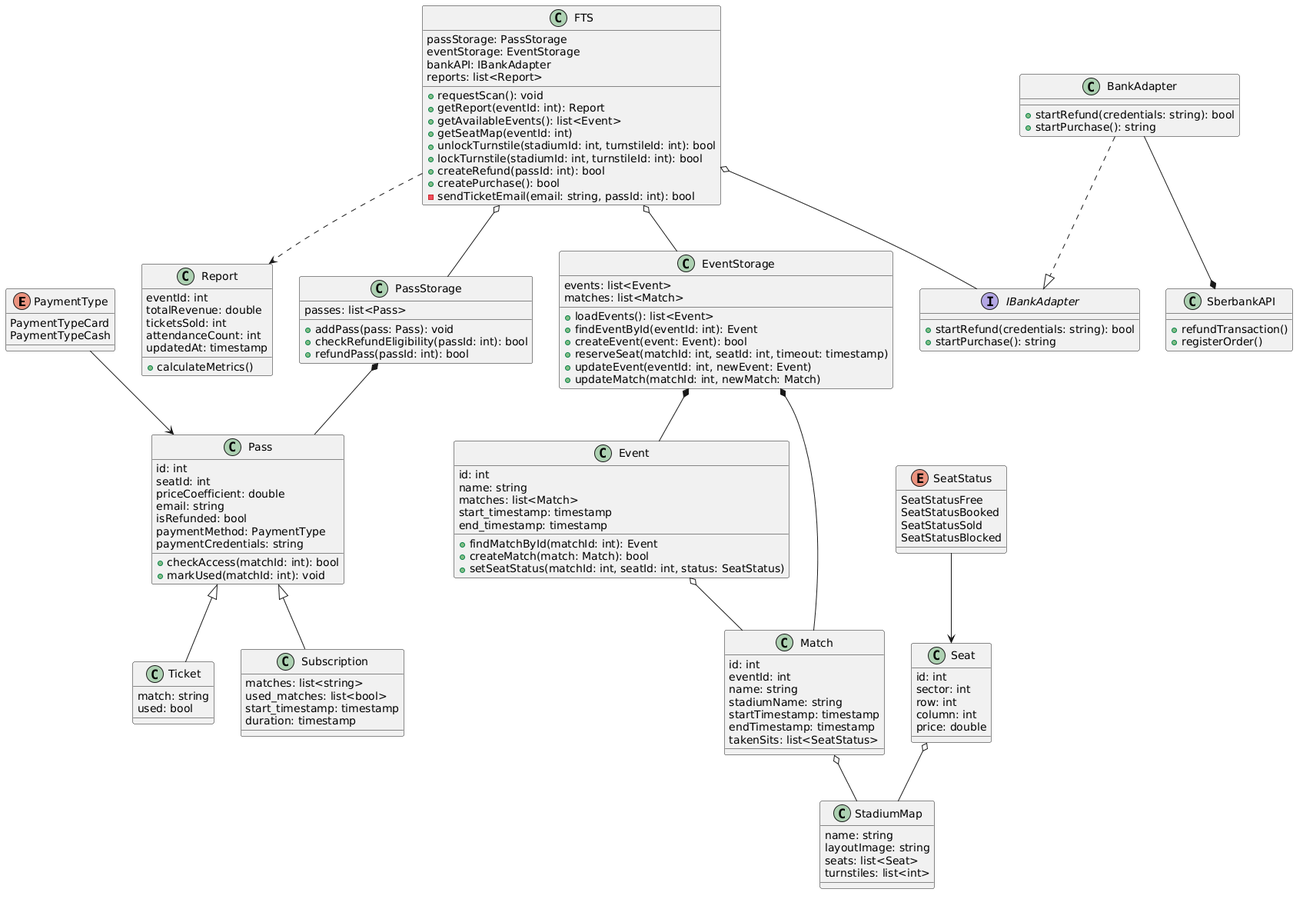
Above: source/Диаграмма Классов.png in penamarth/bsbo-11-24_team5_var10_football (PlantUML), before the change.
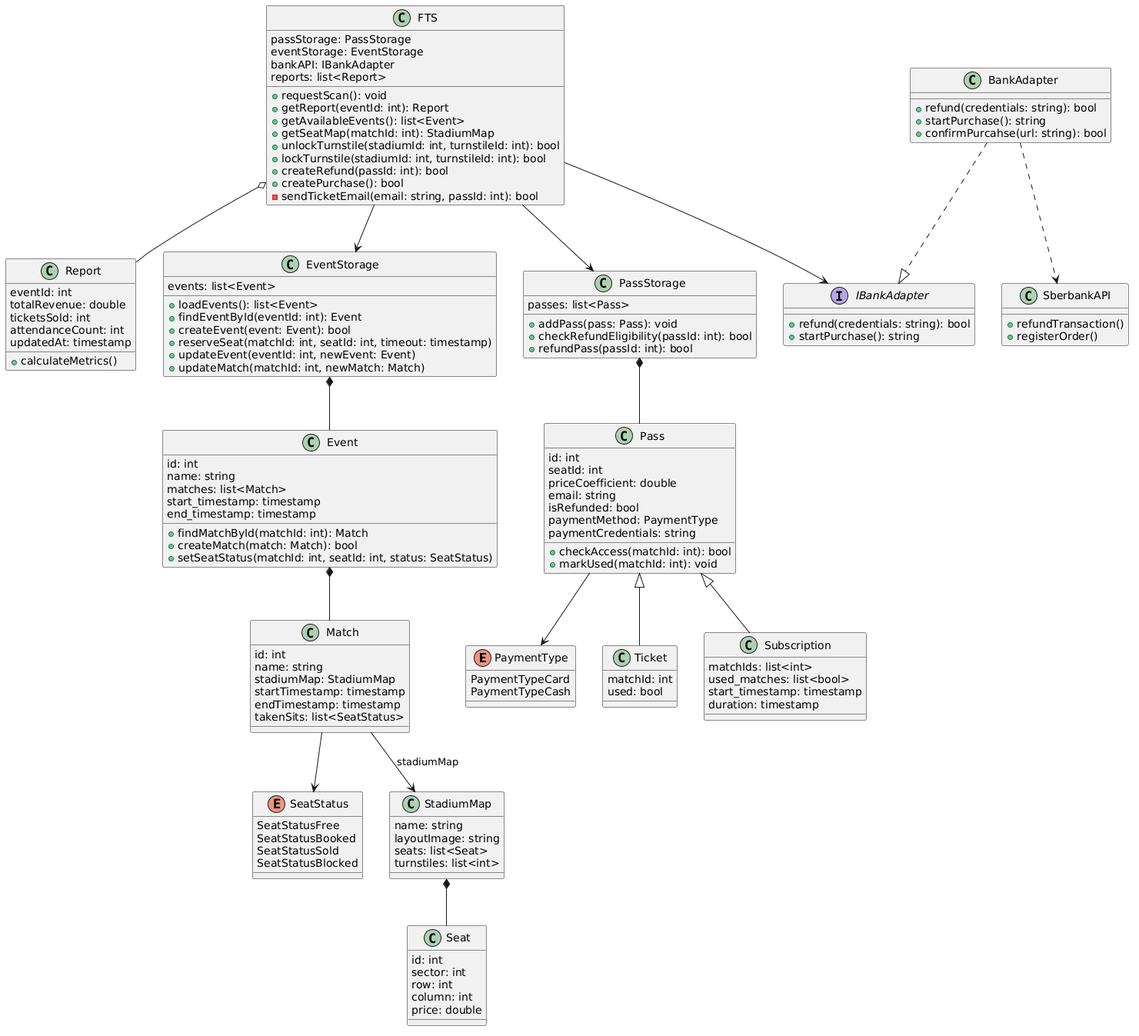
The same diagram one commit later.

Commit message:
Update class diagram

Diff of the diagram source:
```diff
@@ -14,16 +14,16 @@
 class FTS {
 	passStorage: PassStorage
 	eventStorage: EventStorage
-    bankAPI: IBankAdapter
+	bankAPI: IBankAdapter
 	reports: list<Report>
 	+ requestScan(): void
-    + getReport(eventId: int): Report
+	+ getReport(eventId: int): Report
 	+ getAvailableEvents(): list<Event>
-	+ getSeatMap(eventId: int)
+	+ getSeatMap(matchId: int): StadiumMap
 	+ unlockTurnstile(stadiumId: int, turnstileId: int): bool
 	+ lockTurnstile(stadiumId: int, turnstileId: int): bool
-    + createRefund(passId: int): bool
-    + createPurchase(): bool
+	+ createRefund(passId: int): bool
+	+ createPurchase(): bool
 	- sendTicketEmail(email: string, passId: int): bool
 }
 
@@ -38,7 +38,6 @@
 
 class EventStorage {
 	events: list<Event>
-	matches: list<Match>
 	+ loadEvents(): list<Event>
 	+ findEventById(eventId: int): Event
 	+ createEvent(event: Event): bool
@@ -50,19 +49,18 @@
 class Event {
 	id: int
 	name: string
-    matches: list<Match>
+	matches: list<Match>
 	start_timestamp: timestamp
 	end_timestamp: timestamp
-	+ findMatchById(matchId: int): Event
+	+ findMatchById(matchId: int): Match
 	+ createMatch(match: Match): bool
 	+ setSeatStatus(matchId: int, seatId: int, status: SeatStatus)
 }
 
 class Match {
 	id: int
-    eventId: int
 	name: string
-	stadiumName: string
+	stadiumMap: StadiumMap
 	startTimestamp: timestamp
 	endTimestamp: timestamp
 	takenSits: list<SeatStatus>
@@ -87,22 +85,23 @@
 	passes: list<Pass>
 	+ addPass(pass: Pass): void
 	+ checkRefundEligibility(passId: int): bool
-    + refundPass(passId: int): bool
+	+ refundPass(passId: int): bool
 }
 
 interface IBankAdapter {
-    + startRefund(credentials: string): bool
-    + startPurchase(): string
+	+ refund(credentials: string): bool
+	+ startPurchase(): string
 }
 
 class BankAdapter {
-    + startRefund(credentials: string): bool
-    + startPurchase(): string
+	+ refund(credentials: string): bool
+	+ startPurchase(): string
+	+ confirmPurcahse(url: string): bool
 }
 
 class SberbankAPI {
-    + refundTransaction()
-    + registerOrder()
+	+ refundTransaction()
+	+ registerOrder()
 }
 
 class Pass {
@@ -118,34 +117,33 @@
 }
 
 class Ticket extends Pass {
-	match: string
+	matchId: int
 	used: bool
 }
 
 class Subscription extends Pass {
-	matches: list<string>
+	matchIds: list<int>
 	used_matches: list<bool>
 	start_timestamp: timestamp
 	duration: timestamp
 }
 
-FTS o-- EventStorage
-FTS o-- PassStorage
-FTS o-- IBankAdapter
-FTS ..> Report
+FTS --> EventStorage
+FTS --> PassStorage
+FTS --> IBankAdapter
+FTS o-- Report
 
 PassStorage *-- Pass
+
 EventStorage *-- Event
-EventStorage *-- Match
 
-Event o-- Match
-Match o-- StadiumMap
+Event *-- Match
+Match --> StadiumMap : stadiumMap
+StadiumMap *-- Seat
 
-Seat o-- StadiumMap
-
-PaymentType --> Pass
-SeatStatus --> Seat
+Pass --> PaymentType
+Match --> SeatStatus
 
 BankAdapter ..|> IBankAdapter
-BankAdapter --* SberbankAPI
+BankAdapter ..> SberbankAPI
 @enduml
```
